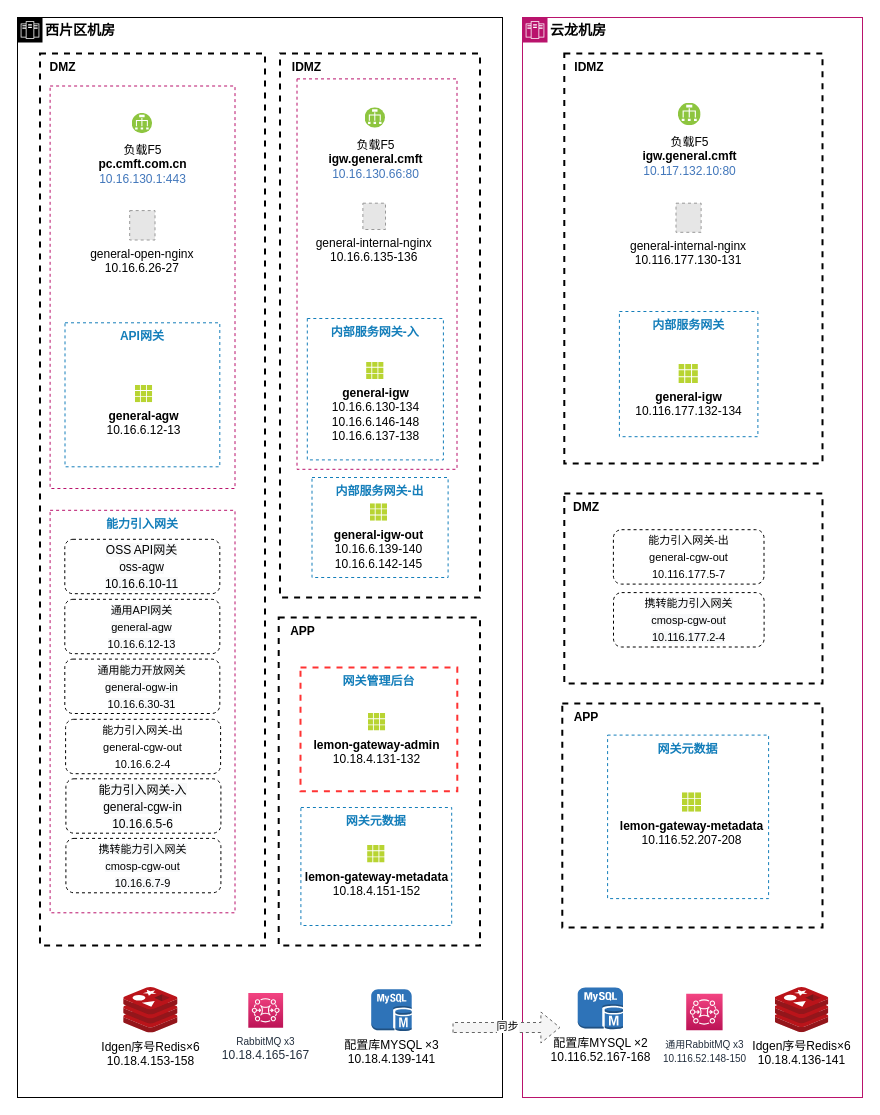
This is page "现状部署图" (1 of 3) of drawio/通用中台网关现状.drawio from hezhuma/image-repo, a draw.io file, before an edit. Source tidied: cells renumbered, new cells numbered last; positions are measured from the earlier drawing's top-left corner, leaving out a move shared by most shapes. Both pictures are drawn from the tidied source at 100%, with x=0, y=0 at pixel (17, 17). Pictures stored in the file or linked from it are replaced by grey dashed boxes.
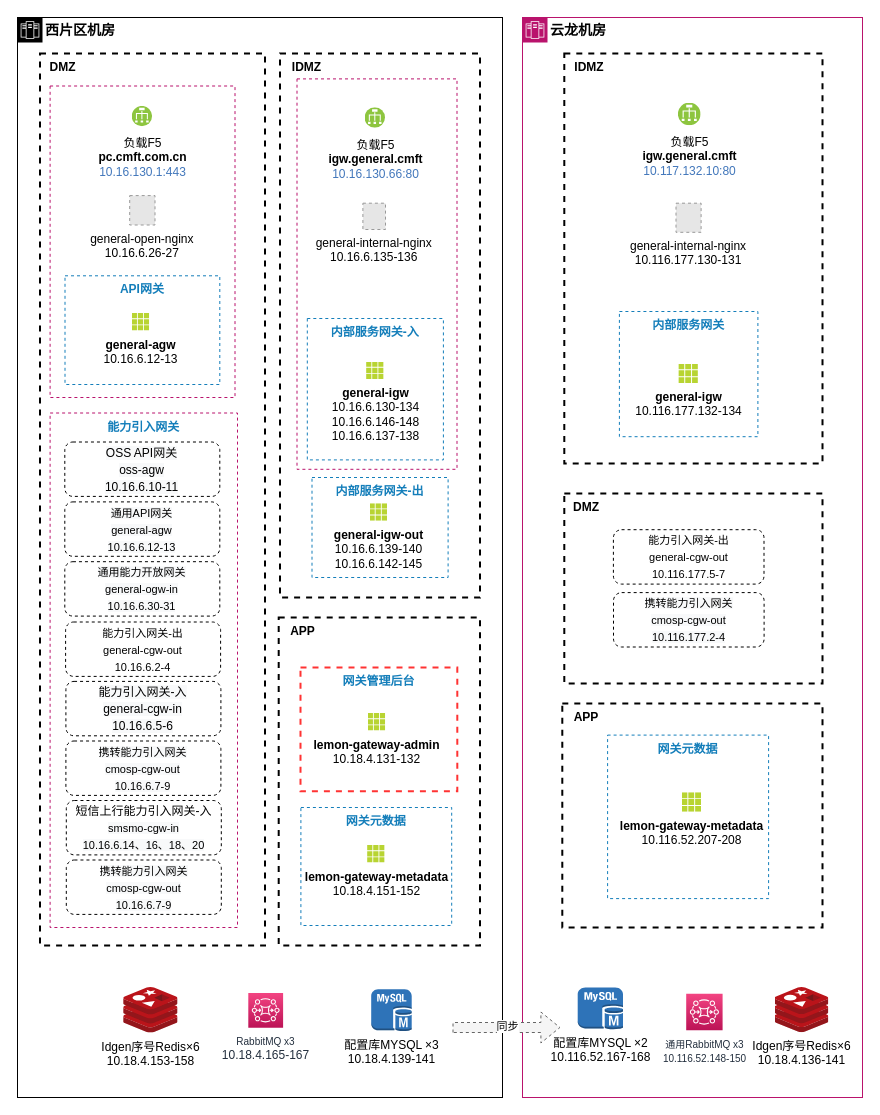
The same page after the edit.

Unchanged cells that the change refers to:
```xml
<mxCell id="2" value="&lt;b&gt;西片区机房&lt;/b&gt;" style="shape=mxgraph.ibm.box;prType=zone;fontStyle=0;verticalAlign=top;align=left;spacingLeft=32;spacingTop=4;rounded=0;whiteSpace=wrap;html=1;strokeWidth=1;dashed=0;spacing=-4;fontSize=14;" parent="1" vertex="1">
  <mxGeometry width="485" height="1080" as="geometry" />
</mxCell>
```

Diff of the diagram source:
```diff
@@
+    <mxCell id="9" style="fillColor=none;strokeColor=#000000;dashed=1;verticalAlign=top;fontStyle=1;fontColor=#000000;strokeWidth=2;" parent="2" vertex="1">
+      <mxGeometry x="22.5" y="35.9" width="225" height="892.1" as="geometry" />
+    </mxCell>
+    <mxCell id="25" style="fillColor=none;strokeColor=#b9136c;dashed=1;verticalAlign=top;fontStyle=1;fontColor=#147EBA;" parent="2" vertex="1">
+      <mxGeometry x="32.6" y="68.5" width="184.9" height="311.5" as="geometry" />
+    </mxCell>
     <mxCell id="3" value="能力引入网关" style="fillColor=none;strokeColor=#b9136c;dashed=1;verticalAlign=top;fontStyle=1;fontColor=#147EBA;" parent="2" vertex="1">
-      <mxGeometry x="32.6" y="492.8" width="184.9" height="402.5" as="geometry" />
+      <mxGeometry x="32.6" y="395.5" width="187.4" height="514.5" as="geometry" />
     </mxCell>
@@
-    <mxCell id="9" style="fillColor=none;strokeColor=#000000;dashed=1;verticalAlign=top;fontStyle=1;fontColor=#000000;strokeWidth=2;" parent="2" vertex="1">
-      <mxGeometry x="22.5" y="35.9" width="225" height="892.1" as="geometry" />
-    </mxCell>
     <mxCell id="10" value="&lt;font color=&quot;#000000&quot;&gt;负载F5&lt;br&gt;&lt;/font&gt;&lt;b style=&quot;color: rgb(0, 0, 0);&quot;&gt;pc.cmft.com.cn&lt;/b&gt;&lt;br style=&quot;color: rgb(0, 0, 0);&quot;&gt;10.16.130.1:443&lt;font color=&quot;#000000&quot;&gt;&lt;br&gt;&lt;/font&gt;" style="perimeter=ellipsePerimeter;html=1;align=center;shadow=0;dashed=0;fontColor=#4277BB;labelBackgroundColor=#ffffff;fontSize=12;spacingTop=3;image;image=img/lib/ibm/vpc/LoadBalancer.svg;strokeColor=#3399FF;strokeWidth=2;" parent="2" vertex="1">
-      <mxGeometry x="114.7" y="95.9" width="20.4" height="20.4" as="geometry" />
+      <mxGeometry x="114.7" y="88.9" width="20.4" height="20.4" as="geometry" />
     </mxCell>
@@
     <mxCell id="16" value="API网关" style="fillColor=none;strokeColor=#147EBA;dashed=1;verticalAlign=top;fontStyle=1;fontColor=#147EBA;" parent="2" vertex="1">
-      <mxGeometry x="47.5" y="305.3" width="154.8" height="144" as="geometry" />
+      <mxGeometry x="47.5" y="258.3" width="154.8" height="108.7" as="geometry" />
     </mxCell>
@@
     <mxCell id="18" value="&lt;b&gt;general-agw&lt;/b&gt;&lt;br&gt;10.16.6.12-13" style="html=1;align=center;image;fontSize=12;image=img/lib/mscae/Grid3x3.svg;dashed=1;strokeColor=#3399FF;strokeWidth=2;" parent="2" vertex="1">
-      <mxGeometry x="117.7" y="367.8" width="17.5" height="17.5" as="geometry" />
+      <mxGeometry x="114.7" y="296" width="17.5" height="17.5" as="geometry" />
     </mxCell>
@@
     <mxCell id="21" value="general-open-nginx&#10;10.16.6.26-27" style="fillColor=#E6E6E6;strokeColor=#999999;dashed=1;verticalLabelPosition=bottom;labelBackgroundColor=default;verticalAlign=top;" parent="2" vertex="1">
-      <mxGeometry x="112.2" y="193.1" width="25.3" height="29.4" as="geometry" />
+      <mxGeometry x="112.2" y="178.1" width="25.3" height="29.4" as="geometry" />
     </mxCell>
@@
-    <mxCell id="25" style="fillColor=none;strokeColor=#b9136c;dashed=1;verticalAlign=top;fontStyle=1;fontColor=#147EBA;" parent="2" vertex="1">
-      <mxGeometry x="32.6" y="68.5" width="184.9" height="402.5" as="geometry" />
-    </mxCell>
     <mxCell id="26" value="&lt;font style=&quot;font-size: 11px;&quot;&gt;&lt;font style=&quot;font-size: 11px;&quot; color=&quot;#000000&quot;&gt;能力引入网关-出&lt;/font&gt;&lt;font style=&quot;font-size: 11px;&quot; color=&quot;#232f3e&quot;&gt;&lt;br style=&quot;font-size: 11px;&quot;&gt;&lt;/font&gt;&lt;font style=&quot;font-size: 11px;&quot; color=&quot;#000000&quot;&gt;general-cgw-out&lt;br style=&quot;font-size: 11px;&quot;&gt;&lt;/font&gt;&lt;font style=&quot;font-size: 11px;&quot; color=&quot;#000000&quot;&gt;10.16.6.2-4&lt;/font&gt;&lt;/font&gt;&lt;font color=&quot;#000000&quot;&gt;&lt;br&gt;&lt;/font&gt;" style="rounded=1;whiteSpace=wrap;html=1;strokeColor=#000000;fontSize=14;fontColor=#3333FF;dashed=1;" parent="2" vertex="1">
-      <mxGeometry x="48.1" y="701.8" width="155" height="54.4" as="geometry" />
+      <mxGeometry x="48.1" y="604.5" width="155" height="54.4" as="geometry" />
     </mxCell>
     <mxCell id="27" value="&lt;font style=&quot;font-size: 12px;&quot;&gt;&lt;font style=&quot;background-color: rgb(248, 249, 250); font-size: 12px;&quot; color=&quot;#000000&quot;&gt;能力引入网关-入&lt;/font&gt;&lt;font style=&quot;background-color: rgb(248, 249, 250); font-size: 12px;&quot; color=&quot;#232f3e&quot;&gt;&lt;br&gt;&lt;/font&gt;&lt;font style=&quot;background-color: rgb(248, 249, 250); font-size: 12px;&quot; color=&quot;#000000&quot;&gt;general-cgw-in&lt;br&gt;&lt;/font&gt;&lt;font style=&quot;background-color: rgb(248, 249, 250); font-size: 12px;&quot; color=&quot;#000000&quot;&gt;10.16.6.5-6&lt;/font&gt;&lt;/font&gt;&lt;font color=&quot;#000000&quot;&gt;&lt;br&gt;&lt;/font&gt;" style="rounded=1;whiteSpace=wrap;html=1;strokeColor=#000000;fontSize=14;fontColor=#3333FF;dashed=1;" parent="2" vertex="1">
-      <mxGeometry x="48.4" y="761.3" width="155" height="54.4" as="geometry" />
+      <mxGeometry x="48.4" y="663.9" width="155" height="54.4" as="geometry" />
     </mxCell>
     <mxCell id="28" value="&lt;font style=&quot;font-size: 11px;&quot;&gt;&lt;font style=&quot;background-color: rgb(248, 249, 250); font-size: 11px;&quot; color=&quot;#000000&quot;&gt;携转能力引入网关&lt;/font&gt;&lt;br style=&quot;background-color: rgb(248, 249, 250); font-size: 11px;&quot;&gt;&lt;font style=&quot;background-color: rgb(248, 249, 250); font-size: 11px;&quot; color=&quot;#000000&quot;&gt;cmosp-cgw-out&lt;br style=&quot;font-size: 11px;&quot;&gt;&lt;/font&gt;&lt;font style=&quot;background-color: rgb(248, 249, 250); font-size: 11px;&quot; color=&quot;#000000&quot;&gt;10.16.6.7-9&lt;/font&gt;&lt;/font&gt;&lt;font color=&quot;#000000&quot;&gt;&lt;br&gt;&lt;/font&gt;" style="rounded=1;whiteSpace=wrap;html=1;strokeColor=#000000;fontSize=14;fontColor=#3333FF;dashed=1;" parent="2" vertex="1">
-      <mxGeometry x="48.4" y="820.9" width="155" height="54.4" as="geometry" />
+      <mxGeometry x="48.4" y="723.5" width="155" height="54.4" as="geometry" />
     </mxCell>
     <mxCell id="29" value="&lt;font style=&quot;font-size: 12px;&quot;&gt;&lt;font style=&quot;background-color: rgb(248, 249, 250); font-size: 12px;&quot; color=&quot;#000000&quot;&gt;OSS API网关&lt;/font&gt;&lt;br style=&quot;background-color: rgb(248, 249, 250);&quot;&gt;&lt;font style=&quot;background-color: rgb(248, 249, 250); font-size: 12px;&quot; color=&quot;#000000&quot;&gt;oss-agw&lt;br&gt;&lt;/font&gt;&lt;font style=&quot;background-color: rgb(248, 249, 250); font-size: 12px;&quot; color=&quot;#000000&quot;&gt;10.16.6.10-11&lt;/font&gt;&lt;/font&gt;&lt;font color=&quot;#000000&quot;&gt;&lt;br&gt;&lt;/font&gt;" style="rounded=1;whiteSpace=wrap;html=1;strokeColor=#000000;fontSize=14;fontColor=#3333FF;dashed=1;" parent="2" vertex="1">
-      <mxGeometry x="47.3" y="521.8" width="155" height="54.4" as="geometry" />
+      <mxGeometry x="47.3" y="424.5" width="155" height="54.4" as="geometry" />
     </mxCell>
     <mxCell id="30" value="&lt;font style=&quot;font-size: 11px;&quot;&gt;&lt;font style=&quot;background-color: rgb(248, 249, 250); font-size: 11px;&quot; color=&quot;#000000&quot;&gt;通用API网关&lt;/font&gt;&lt;br style=&quot;background-color: rgb(248, 249, 250); font-size: 11px;&quot;&gt;&lt;font style=&quot;background-color: rgb(248, 249, 250); font-size: 11px;&quot; color=&quot;#000000&quot;&gt;general-agw&lt;br style=&quot;font-size: 11px;&quot;&gt;&lt;/font&gt;&lt;font style=&quot;background-color: rgb(248, 249, 250); font-size: 11px;&quot; color=&quot;#000000&quot;&gt;10.16.6.12-13&lt;/font&gt;&lt;/font&gt;&lt;font color=&quot;#000000&quot;&gt;&lt;br&gt;&lt;/font&gt;" style="rounded=1;whiteSpace=wrap;html=1;strokeColor=#000000;fontSize=14;fontColor=#3333FF;dashed=1;" parent="2" vertex="1">
-      <mxGeometry x="47.3" y="581.8" width="155" height="54.4" as="geometry" />
+      <mxGeometry x="47.3" y="484.4" width="155" height="54.4" as="geometry" />
     </mxCell>
     <mxCell id="31" value="&lt;font style=&quot;font-size: 11px;&quot;&gt;&lt;font style=&quot;background-color: rgb(248, 249, 250); font-size: 11px;&quot; color=&quot;#000000&quot;&gt;通用能力开放网关&lt;/font&gt;&lt;br style=&quot;background-color: rgb(248, 249, 250); font-size: 11px;&quot;&gt;&lt;font style=&quot;background-color: rgb(248, 249, 250); font-size: 11px;&quot; color=&quot;#000000&quot;&gt;general-ogw-in&lt;br style=&quot;font-size: 11px;&quot;&gt;&lt;/font&gt;&lt;font style=&quot;background-color: rgb(248, 249, 250); font-size: 11px;&quot; color=&quot;#000000&quot;&gt;10.16.6.30-31&lt;/font&gt;&lt;/font&gt;&lt;font color=&quot;#000000&quot;&gt;&lt;br&gt;&lt;/font&gt;" style="rounded=1;whiteSpace=wrap;html=1;strokeColor=#000000;fontSize=14;fontColor=#3333FF;dashed=1;" parent="2" vertex="1">
-      <mxGeometry x="47.3" y="641.6" width="155" height="54.4" as="geometry" />
+      <mxGeometry x="47.3" y="544.2" width="155" height="54.4" as="geometry" />
     </mxCell>
@@
+    <mxCell id="55" value="&lt;font style=&quot;&quot;&gt;&lt;font style=&quot;font-size: 12px;&quot; color=&quot;#000000&quot;&gt;短信上行能力引入网关-入&lt;/font&gt;&lt;br style=&quot;background-color: rgb(248, 249, 250); font-size: 11px;&quot;&gt;&lt;font style=&quot;font-size: 11px; background-color: rgb(248, 249, 250);&quot; color=&quot;#000000&quot;&gt;smsmo-cgw-in&lt;br style=&quot;font-size: 11px;&quot;&gt;&lt;/font&gt;&lt;font style=&quot;font-size: 11px; background-color: rgb(248, 249, 250);&quot; color=&quot;#000000&quot;&gt;10.16.6.14、16、18、20&lt;/font&gt;&lt;/font&gt;&lt;font color=&quot;#000000&quot;&gt;&lt;br&gt;&lt;/font&gt;" style="rounded=1;whiteSpace=wrap;html=1;strokeColor=#000000;fontSize=14;fontColor=#3333FF;dashed=1;" parent="2" vertex="1">
+      <mxGeometry x="48.8" y="783" width="155" height="54.4" as="geometry" />
+    </mxCell>
+    <mxCell id="56" value="&lt;font style=&quot;font-size: 11px;&quot;&gt;&lt;font style=&quot;background-color: rgb(248, 249, 250); font-size: 11px;&quot; color=&quot;#000000&quot;&gt;携转能力引入网关&lt;/font&gt;&lt;br style=&quot;background-color: rgb(248, 249, 250); font-size: 11px;&quot;&gt;&lt;font style=&quot;background-color: rgb(248, 249, 250); font-size: 11px;&quot; color=&quot;#000000&quot;&gt;cmosp-cgw-out&lt;br style=&quot;font-size: 11px;&quot;&gt;&lt;/font&gt;&lt;font style=&quot;background-color: rgb(248, 249, 250); font-size: 11px;&quot; color=&quot;#000000&quot;&gt;10.16.6.7-9&lt;/font&gt;&lt;/font&gt;&lt;font color=&quot;#000000&quot;&gt;&lt;br&gt;&lt;/font&gt;" style="rounded=1;whiteSpace=wrap;html=1;strokeColor=#000000;fontSize=14;fontColor=#3333FF;dashed=1;" parent="2" vertex="1">
+      <mxGeometry x="48.8" y="842.5" width="155" height="54.4" as="geometry" />
+    </mxCell>
```
